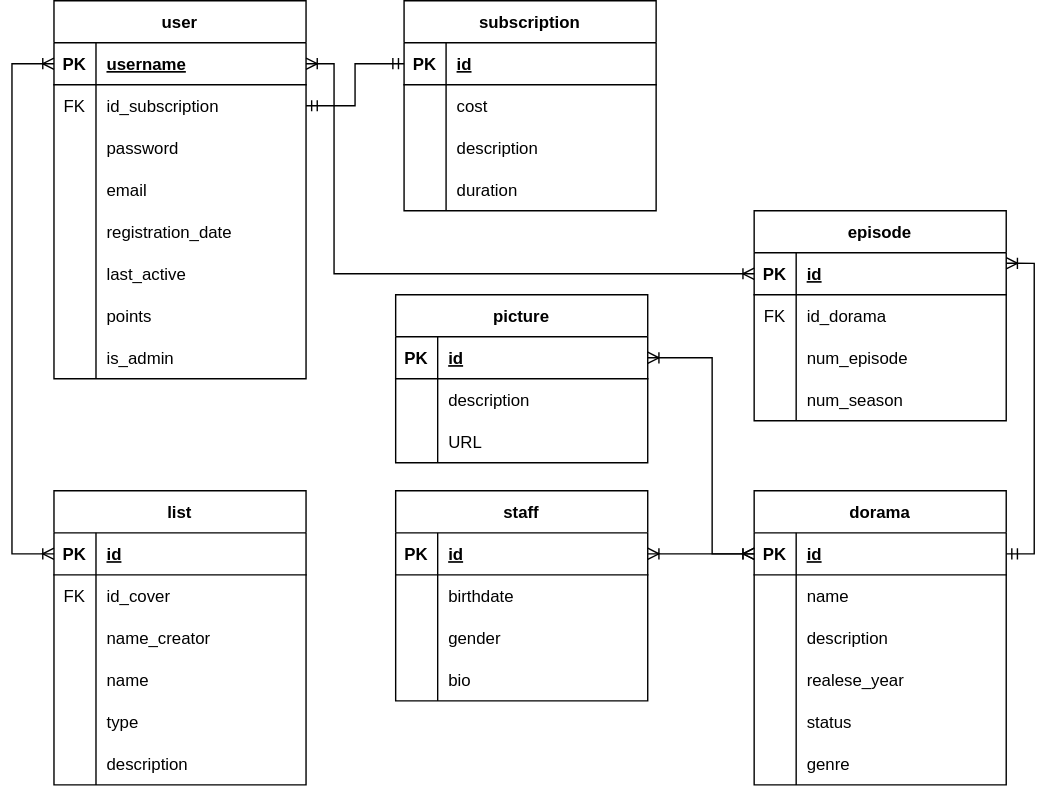
Earlier version of the draw.io export docs/img/er-bd.svg (AskaryanKarine/DoramaSet). Source tidied: cells renumbered, new cells last; positions are measured from the earlier drawing's top-left corner, leaving out a move shared by most shapes.
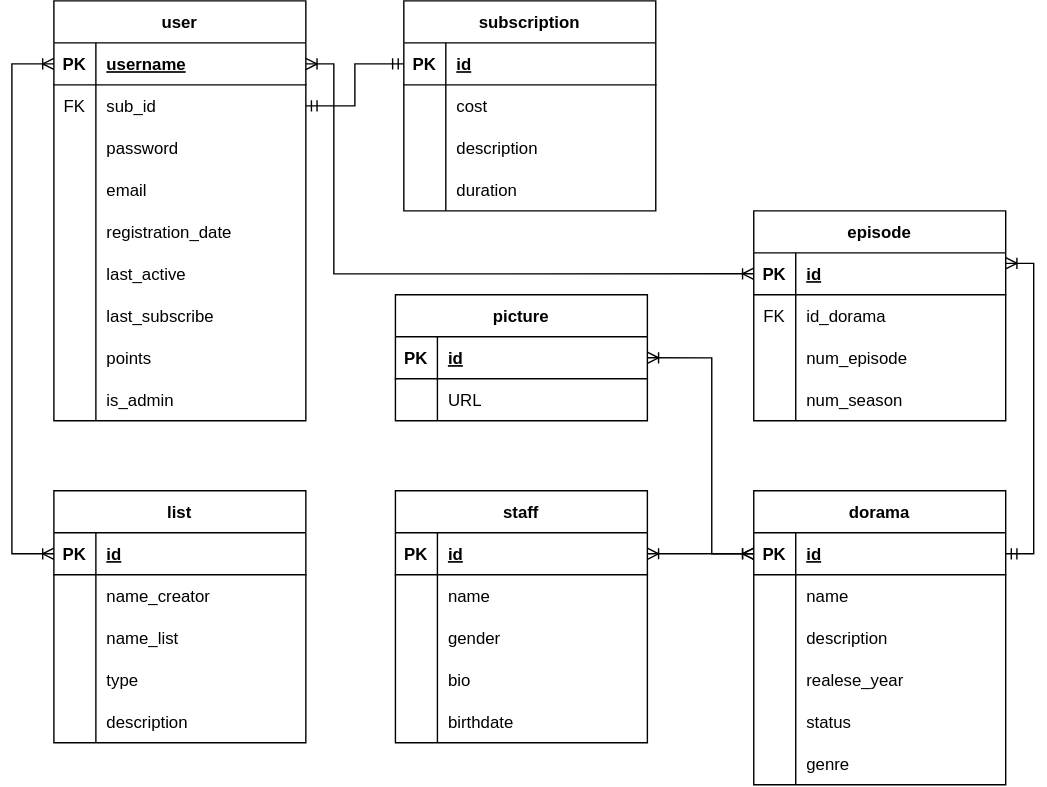
The same file after the commit.

The edit, as a diff of the source:
```diff
@@ -3,7 +3,7 @@
     <mxCell id="0" />
     <mxCell id="1" parent="0" />
     <mxCell id="2" value="user" style="shape=table;startSize=30;rowLines=0;fontStyle=1;align=center;" parent="1" vertex="1">
-      <mxGeometry x="30" width="180" height="270" as="geometry" />
+      <mxGeometry x="30" width="180" height="300" as="geometry" />
     </mxCell>
     <mxCell id="3" style="shape=tableRow;horizontal=0;startSize=0;swimlaneHead=0;swimlaneBody=0;fillColor=none;points=[[0,0.5],[1,0.5]];portConstraint=eastwest;top=0;left=0;right=0;bottom=1;" parent="2" vertex="1">
       <mxGeometry y="30" width="180" height="30" as="geometry" />
@@ -20,7 +20,7 @@
     <mxCell id="7" value="FK" style="shape=partialRectangle;fillColor=none;top=0;left=0;bottom=0;right=0;overflow=hidden;" parent="6" vertex="1">
       <mxGeometry width="30" height="30" as="geometry" />
     </mxCell>
-    <mxCell id="8" value="id_subscription" style="shape=partialRectangle;fillColor=none;top=0;left=0;bottom=0;right=0;align=left;spacingLeft=6;overflow=hidden;" parent="6" vertex="1">
+    <mxCell id="8" value="sub_id" style="shape=partialRectangle;fillColor=none;top=0;left=0;bottom=0;right=0;align=left;spacingLeft=6;overflow=hidden;" parent="6" vertex="1">
       <mxGeometry x="30" width="150" height="30" as="geometry" />
     </mxCell>
     <mxCell id="9" style="shape=tableRow;horizontal=0;startSize=0;swimlaneHead=0;swimlaneBody=0;fillColor=none;top=0;left=0;right=0;bottom=0;" parent="2" vertex="1">
@@ -59,8 +59,17 @@
     <mxCell id="20" value="last_active" style="shape=partialRectangle;fillColor=none;top=0;left=0;bottom=0;right=0;align=left;spacingLeft=6;overflow=hidden;" parent="18" vertex="1">
       <mxGeometry x="30" width="150" height="30" as="geometry" />
     </mxCell>
+    <mxCell id="120" style="shape=tableRow;horizontal=0;startSize=0;swimlaneHead=0;swimlaneBody=0;fillColor=none;top=0;left=0;right=0;bottom=0;" parent="2" vertex="1">
+      <mxGeometry y="210" width="180" height="30" as="geometry" />
+    </mxCell>
+    <mxCell id="121" style="shape=partialRectangle;fillColor=none;top=0;left=0;bottom=0;right=0;overflow=hidden;" parent="120" vertex="1">
+      <mxGeometry width="30" height="30" as="geometry" />
+    </mxCell>
+    <mxCell id="122" value="last_subscribe" style="shape=partialRectangle;fillColor=none;top=0;left=0;bottom=0;right=0;align=left;spacingLeft=6;overflow=hidden;" parent="120" vertex="1">
+      <mxGeometry x="30" width="150" height="30" as="geometry" />
+    </mxCell>
     <mxCell id="21" style="shape=tableRow;horizontal=0;startSize=0;swimlaneHead=0;swimlaneBody=0;fillColor=none;top=0;left=0;right=0;bottom=0;" parent="2" vertex="1">
-      <mxGeometry y="210" width="180" height="30" as="geometry" />
+      <mxGeometry y="240" width="180" height="30" as="geometry" />
     </mxCell>
     <mxCell id="22" style="shape=partialRectangle;fillColor=none;top=0;left=0;bottom=0;right=0;overflow=hidden;" parent="21" vertex="1">
       <mxGeometry width="30" height="30" as="geometry" />
@@ -69,7 +78,7 @@
       <mxGeometry x="30" width="150" height="30" as="geometry" />
     </mxCell>
     <mxCell id="24" style="shape=tableRow;horizontal=0;startSize=0;swimlaneHead=0;swimlaneBody=0;fillColor=none;top=0;left=0;right=0;bottom=0;" parent="2" vertex="1">
-      <mxGeometry y="240" width="180" height="30" as="geometry" />
+      <mxGeometry y="270" width="180" height="30" as="geometry" />
     </mxCell>
     <mxCell id="25" style="shape=partialRectangle;fillColor=none;top=0;left=0;bottom=0;right=0;overflow=hidden;" parent="24" vertex="1">
       <mxGeometry width="30" height="30" as="geometry" />
@@ -117,7 +126,7 @@
       <mxGeometry x="30" width="150" height="30" as="geometry" />
     </mxCell>
     <mxCell id="40" value="list" style="shape=table;startSize=30;rowLines=0;fontStyle=1;align=center;" parent="1" vertex="1">
-      <mxGeometry x="30" y="350" width="180" height="210" as="geometry" />
+      <mxGeometry x="30" y="350" width="180" height="180" as="geometry" />
     </mxCell>
     <mxCell id="41" style="shape=tableRow;horizontal=0;startSize=0;swimlaneHead=0;swimlaneBody=0;fillColor=none;points=[[0,0.5],[1,0.5]];portConstraint=eastwest;top=0;left=0;right=0;bottom=1;" parent="40" vertex="1">
       <mxGeometry y="30" width="180" height="30" as="geometry" />
@@ -128,17 +137,8 @@
     <mxCell id="43" value="id" style="shape=partialRectangle;fillColor=none;top=0;left=0;bottom=0;right=0;align=left;spacingLeft=6;fontStyle=5;overflow=hidden;" parent="41" vertex="1">
       <mxGeometry x="30" width="150" height="30" as="geometry" />
     </mxCell>
-    <mxCell id="44" style="shape=tableRow;horizontal=0;startSize=0;swimlaneHead=0;swimlaneBody=0;fillColor=none;top=0;left=0;right=0;bottom=0;" parent="40" vertex="1">
-      <mxGeometry y="60" width="180" height="30" as="geometry" />
-    </mxCell>
-    <mxCell id="45" value="FK" style="shape=partialRectangle;fillColor=none;top=0;left=0;bottom=0;right=0;overflow=hidden;" parent="44" vertex="1">
-      <mxGeometry width="30" height="30" as="geometry" />
-    </mxCell>
-    <mxCell id="46" value="id_cover" style="shape=partialRectangle;fillColor=none;top=0;left=0;bottom=0;right=0;align=left;spacingLeft=6;overflow=hidden;" parent="44" vertex="1">
-      <mxGeometry x="30" width="150" height="30" as="geometry" />
-    </mxCell>
     <mxCell id="47" style="shape=tableRow;horizontal=0;startSize=0;swimlaneHead=0;swimlaneBody=0;fillColor=none;top=0;left=0;right=0;bottom=0;" parent="40" vertex="1">
-      <mxGeometry y="90" width="180" height="30" as="geometry" />
+      <mxGeometry y="60" width="180" height="30" as="geometry" />
     </mxCell>
     <mxCell id="48" style="shape=partialRectangle;fillColor=none;top=0;left=0;bottom=0;right=0;overflow=hidden;" parent="47" vertex="1">
       <mxGeometry width="30" height="30" as="geometry" />
@@ -147,16 +147,16 @@
       <mxGeometry x="30" width="150" height="30" as="geometry" />
     </mxCell>
     <mxCell id="50" style="shape=tableRow;horizontal=0;startSize=0;swimlaneHead=0;swimlaneBody=0;fillColor=none;top=0;left=0;right=0;bottom=0;" parent="40" vertex="1">
-      <mxGeometry y="120" width="180" height="30" as="geometry" />
+      <mxGeometry y="90" width="180" height="30" as="geometry" />
     </mxCell>
     <mxCell id="51" style="shape=partialRectangle;fillColor=none;top=0;left=0;bottom=0;right=0;overflow=hidden;" parent="50" vertex="1">
       <mxGeometry width="30" height="30" as="geometry" />
     </mxCell>
-    <mxCell id="52" value="name" style="shape=partialRectangle;fillColor=none;top=0;left=0;bottom=0;right=0;align=left;spacingLeft=6;overflow=hidden;" parent="50" vertex="1">
+    <mxCell id="52" value="name_list" style="shape=partialRectangle;fillColor=none;top=0;left=0;bottom=0;right=0;align=left;spacingLeft=6;overflow=hidden;" parent="50" vertex="1">
       <mxGeometry x="30" width="150" height="30" as="geometry" />
     </mxCell>
     <mxCell id="53" style="shape=tableRow;horizontal=0;startSize=0;swimlaneHead=0;swimlaneBody=0;fillColor=none;top=0;left=0;right=0;bottom=0;" parent="40" vertex="1">
-      <mxGeometry y="150" width="180" height="30" as="geometry" />
+      <mxGeometry y="120" width="180" height="30" as="geometry" />
     </mxCell>
     <mxCell id="54" style="shape=partialRectangle;fillColor=none;top=0;left=0;bottom=0;right=0;overflow=hidden;" parent="53" vertex="1">
       <mxGeometry width="30" height="30" as="geometry" />
@@ -165,7 +165,7 @@
       <mxGeometry x="30" width="150" height="30" as="geometry" />
     </mxCell>
     <mxCell id="56" style="shape=tableRow;horizontal=0;startSize=0;swimlaneHead=0;swimlaneBody=0;fillColor=none;top=0;left=0;right=0;bottom=0;" parent="40" vertex="1">
-      <mxGeometry y="180" width="180" height="30" as="geometry" />
+      <mxGeometry y="150" width="180" height="30" as="geometry" />
     </mxCell>
     <mxCell id="57" style="shape=partialRectangle;fillColor=none;top=0;left=0;bottom=0;right=0;overflow=hidden;" parent="56" vertex="1">
       <mxGeometry width="30" height="30" as="geometry" />
@@ -270,7 +270,7 @@
       <mxGeometry x="30" width="150" height="30" as="geometry" />
     </mxCell>
     <mxCell id="91" value="staff" style="shape=table;startSize=30;rowLines=0;fontStyle=1;align=center;" parent="1" vertex="1">
-      <mxGeometry x="274" y="350" width="180" height="150" as="geometry" />
+      <mxGeometry x="274" y="350" width="180" height="180" as="geometry" />
     </mxCell>
     <mxCell id="92" style="shape=tableRow;horizontal=0;startSize=0;swimlaneHead=0;swimlaneBody=0;fillColor=none;points=[[0,0.5],[1,0.5]];portConstraint=eastwest;top=0;left=0;right=0;bottom=1;" parent="91" vertex="1">
       <mxGeometry y="30" width="180" height="30" as="geometry" />
@@ -287,7 +287,7 @@
     <mxCell id="96" style="shape=partialRectangle;fillColor=none;top=0;left=0;bottom=0;right=0;overflow=hidden;" parent="95" vertex="1">
       <mxGeometry width="30" height="30" as="geometry" />
     </mxCell>
-    <mxCell id="97" value="birthdate" style="shape=partialRectangle;fillColor=none;top=0;left=0;bottom=0;right=0;align=left;spacingLeft=6;overflow=hidden;" parent="95" vertex="1">
+    <mxCell id="97" value="name" style="shape=partialRectangle;fillColor=none;top=0;left=0;bottom=0;right=0;align=left;spacingLeft=6;overflow=hidden;" parent="95" vertex="1">
       <mxGeometry x="30" width="150" height="30" as="geometry" />
     </mxCell>
     <mxCell id="98" style="shape=tableRow;horizontal=0;startSize=0;swimlaneHead=0;swimlaneBody=0;fillColor=none;top=0;left=0;right=0;bottom=0;" parent="91" vertex="1">
@@ -308,8 +308,17 @@
     <mxCell id="103" value="bio" style="shape=partialRectangle;fillColor=none;top=0;left=0;bottom=0;right=0;align=left;spacingLeft=6;overflow=hidden;" parent="101" vertex="1">
       <mxGeometry x="30" width="150" height="30" as="geometry" />
     </mxCell>
+    <mxCell id="123" style="shape=tableRow;horizontal=0;startSize=0;swimlaneHead=0;swimlaneBody=0;fillColor=none;top=0;left=0;right=0;bottom=0;" parent="91" vertex="1">
+      <mxGeometry y="150" width="180" height="30" as="geometry" />
+    </mxCell>
+    <mxCell id="124" style="shape=partialRectangle;fillColor=none;top=0;left=0;bottom=0;right=0;overflow=hidden;" parent="123" vertex="1">
+      <mxGeometry width="30" height="30" as="geometry" />
+    </mxCell>
+    <mxCell id="125" value="birthdate" style="shape=partialRectangle;fillColor=none;top=0;left=0;bottom=0;right=0;align=left;spacingLeft=6;overflow=hidden;" parent="123" vertex="1">
+      <mxGeometry x="30" width="150" height="30" as="geometry" />
+    </mxCell>
     <mxCell id="104" value="picture" style="shape=table;startSize=30;rowLines=0;fontStyle=1;align=center;" parent="1" vertex="1">
-      <mxGeometry x="274" y="210" width="180" height="120" as="geometry" />
+      <mxGeometry x="274" y="210" width="180" height="90" as="geometry" />
     </mxCell>
     <mxCell id="105" style="shape=tableRow;horizontal=0;startSize=0;swimlaneHead=0;swimlaneBody=0;fillColor=none;points=[[0,0.5],[1,0.5]];portConstraint=eastwest;top=0;left=0;right=0;bottom=1;" parent="104" vertex="1">
       <mxGeometry y="30" width="180" height="30" as="geometry" />
@@ -320,17 +329,8 @@
     <mxCell id="107" value="id" style="shape=partialRectangle;fillColor=none;top=0;left=0;bottom=0;right=0;align=left;spacingLeft=6;fontStyle=5;overflow=hidden;" parent="105" vertex="1">
       <mxGeometry x="30" width="150" height="30" as="geometry" />
     </mxCell>
-    <mxCell id="108" style="shape=tableRow;horizontal=0;startSize=0;swimlaneHead=0;swimlaneBody=0;fillColor=none;top=0;left=0;right=0;bottom=0;" parent="104" vertex="1">
-      <mxGeometry y="60" width="180" height="30" as="geometry" />
-    </mxCell>
-    <mxCell id="109" style="shape=partialRectangle;fillColor=none;top=0;left=0;bottom=0;right=0;overflow=hidden;" parent="108" vertex="1">
-      <mxGeometry width="30" height="30" as="geometry" />
-    </mxCell>
-    <mxCell id="110" value="description" style="shape=partialRectangle;fillColor=none;top=0;left=0;bottom=0;right=0;align=left;spacingLeft=6;overflow=hidden;" parent="108" vertex="1">
-      <mxGeometry x="30" width="150" height="30" as="geometry" />
-    </mxCell>
     <mxCell id="111" style="shape=tableRow;horizontal=0;startSize=0;swimlaneHead=0;swimlaneBody=0;fillColor=none;top=0;left=0;right=0;bottom=0;" parent="104" vertex="1">
-      <mxGeometry y="90" width="180" height="30" as="geometry" />
+      <mxGeometry y="60" width="180" height="30" as="geometry" />
     </mxCell>
     <mxCell id="112" style="shape=partialRectangle;fillColor=none;top=0;left=0;bottom=0;right=0;overflow=hidden;" parent="111" vertex="1">
       <mxGeometry width="30" height="30" as="geometry" />
```
